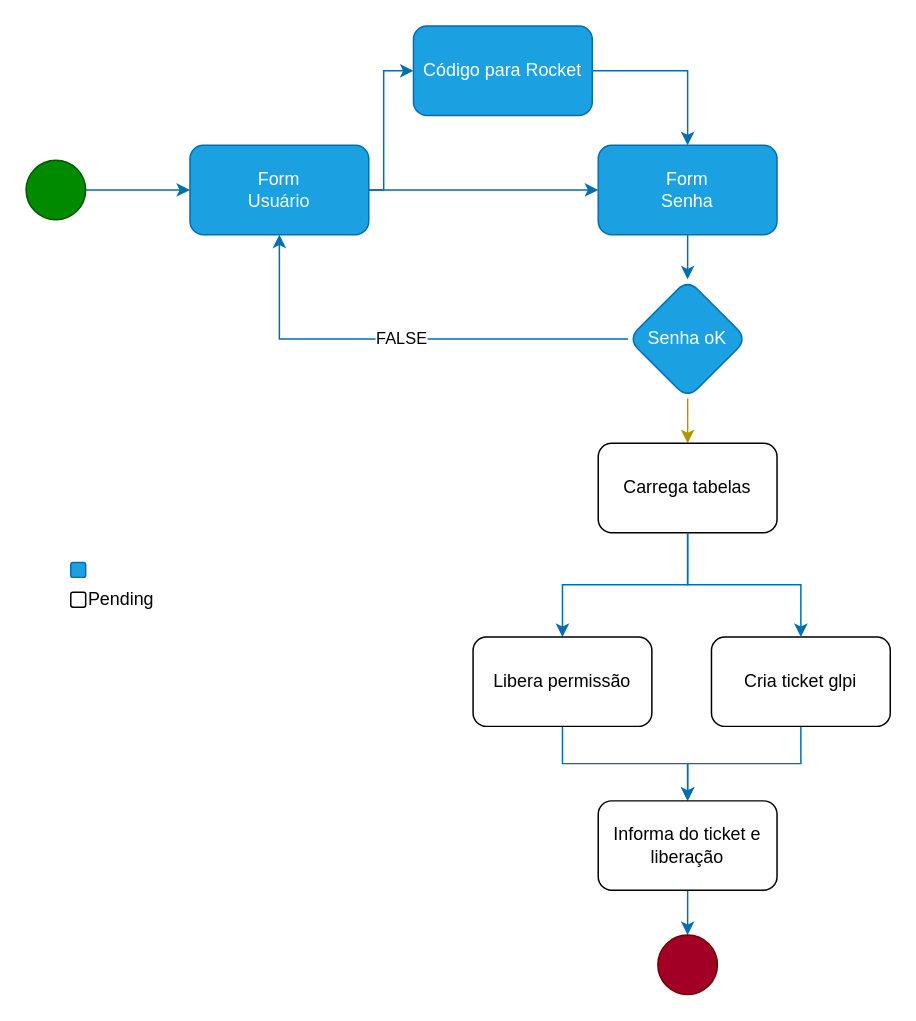
This is docs/arch.drawio from samuelrcarvalho/carcereiro-web, a draw.io file, before an edit. Source tidied: cells renumbered, new cells numbered last; positions are measured from the earlier drawing's top-left corner, leaving out a move shared by most shapes. Both pictures are drawn from the tidied source at 149%, with x=0, y=0 at pixel (25, 25).
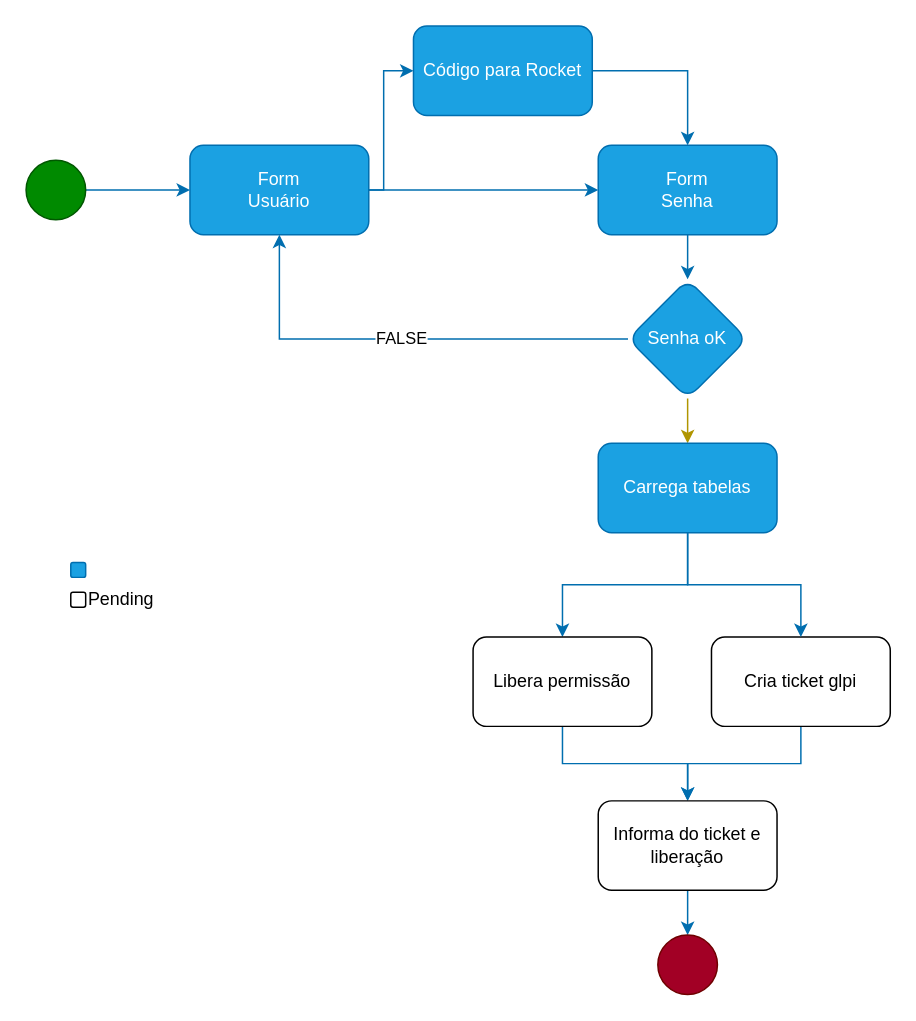
After the change.

What changed in the source:
```diff
@@
-    <mxCell id="13" value="Carrega tabelas" style="rounded=1;whiteSpace=wrap;html=1;" parent="1" vertex="1">
+    <mxCell id="13" value="Carrega tabelas" style="rounded=1;whiteSpace=wrap;html=1;fillColor=#1ba1e2;strokeColor=#006EAF;fontColor=#ffffff;" parent="1" vertex="1">
       <mxGeometry x="384" y="280" width="120" height="60" as="geometry" />
     </mxCell>
```
